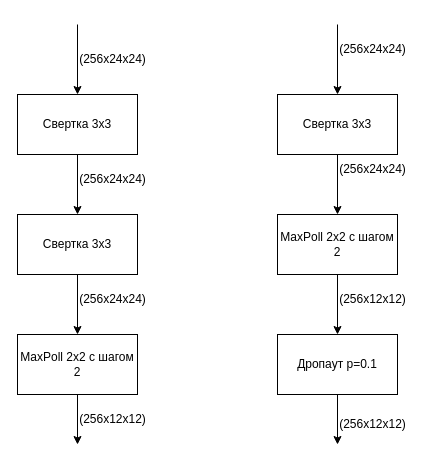
This is page "Page-8" (8 of 10) of report/inc/img/schemes.drawio from maxerMU/bachelor_diploma, a draw.io file, before an edit. Source tidied: cells renumbered, new cells numbered last; positions are measured from the earlier drawing's top-left corner, leaving out a move shared by most shapes. Both pictures are drawn from the tidied source at 100%, with x=0, y=0 at pixel (17, 24).
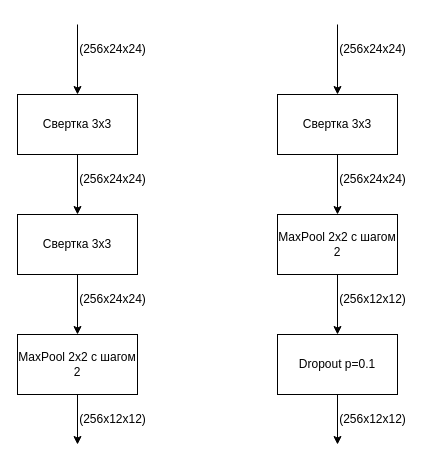
The same diagram, later.

Change to the diagram source:
```diff
@@
     <mxCell id="4" value="(256х24х24)" style="text;html=1;align=center;verticalAlign=middle;strokeColor=none;fillColor=none;" parent="1" vertex="1">
-      <mxGeometry x="50" y="20" width="90" height="30" as="geometry" />
+      <mxGeometry x="50" y="10" width="90" height="30" as="geometry" />
     </mxCell>
@@
-    <mxCell id="10" value="MaxPoll 2x2 с шагом 2" style="rounded=0;whiteSpace=wrap;html=1;" parent="1" vertex="1">
+    <mxCell id="10" value="MaxPool 2x2 с шагом 2" style="rounded=0;whiteSpace=wrap;html=1;" parent="1" vertex="1">
       <mxGeometry y="310" width="120" height="60" as="geometry" />
     </mxCell>
@@
     <mxCell id="17" value="(256х24х24)" style="text;html=1;align=center;verticalAlign=middle;strokeColor=none;fillColor=none;" parent="1" vertex="1">
-      <mxGeometry x="310" y="130" width="90" height="30" as="geometry" />
+      <mxGeometry x="310" y="140" width="90" height="30" as="geometry" />
     </mxCell>
-    <mxCell id="18" value="MaxPoll 2x2 с шагом 2" style="rounded=0;whiteSpace=wrap;html=1;" parent="1" vertex="1">
+    <mxCell id="18" value="MaxPool 2x2 с шагом 2" style="rounded=0;whiteSpace=wrap;html=1;" parent="1" vertex="1">
       <mxGeometry x="260" y="190" width="120" height="60" as="geometry" />
     </mxCell>
@@
-    <mxCell id="21" value="Дропаут p=0.1" style="rounded=0;whiteSpace=wrap;html=1;" parent="1" vertex="1">
+    <mxCell id="21" value="Dropout p=0.1" style="rounded=0;whiteSpace=wrap;html=1;" parent="1" vertex="1">
       <mxGeometry x="260" y="310" width="120" height="60" as="geometry" />
     </mxCell>
@@
     <mxCell id="23" value="(256х12х12)" style="text;html=1;align=center;verticalAlign=middle;strokeColor=none;fillColor=none;" parent="1" vertex="1">
-      <mxGeometry x="310" y="385" width="90" height="30" as="geometry" />
+      <mxGeometry x="310" y="380" width="90" height="30" as="geometry" />
     </mxCell>
```
